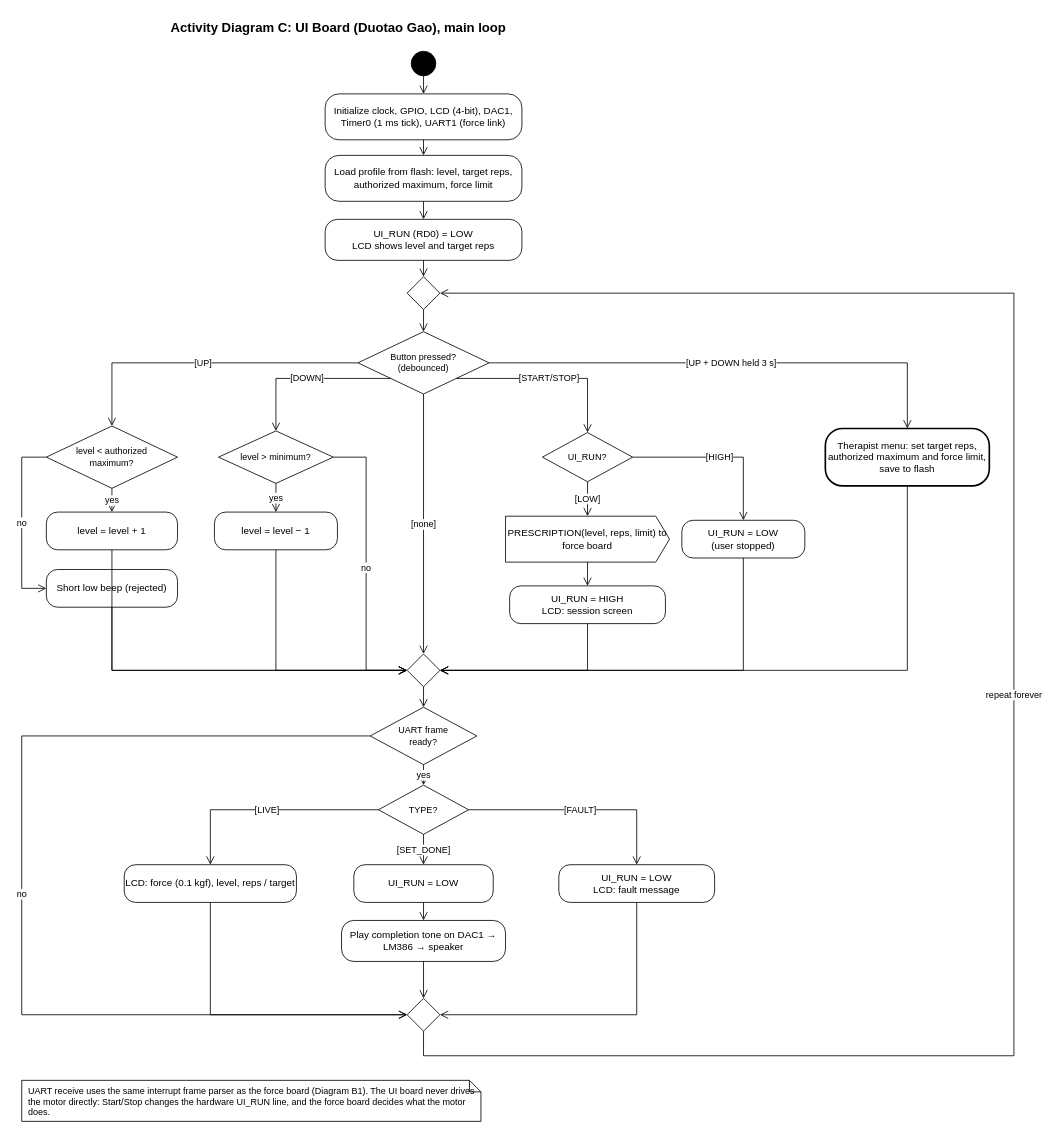
Before: page "UI board" (2 of 4) of docs/image/software/software-proposal.drawio in EGR304-2026-F-103/EGR304-2026-F-103.github.io, a draw.io diagram. Source tidied: cells renumbered, new cells numbered last; positions are measured from the earlier drawing's top-left corner, leaving out a move shared by most shapes. Both pictures are drawn from the tidied source at 82%, with x=0, y=0 at pixel (21, 14).
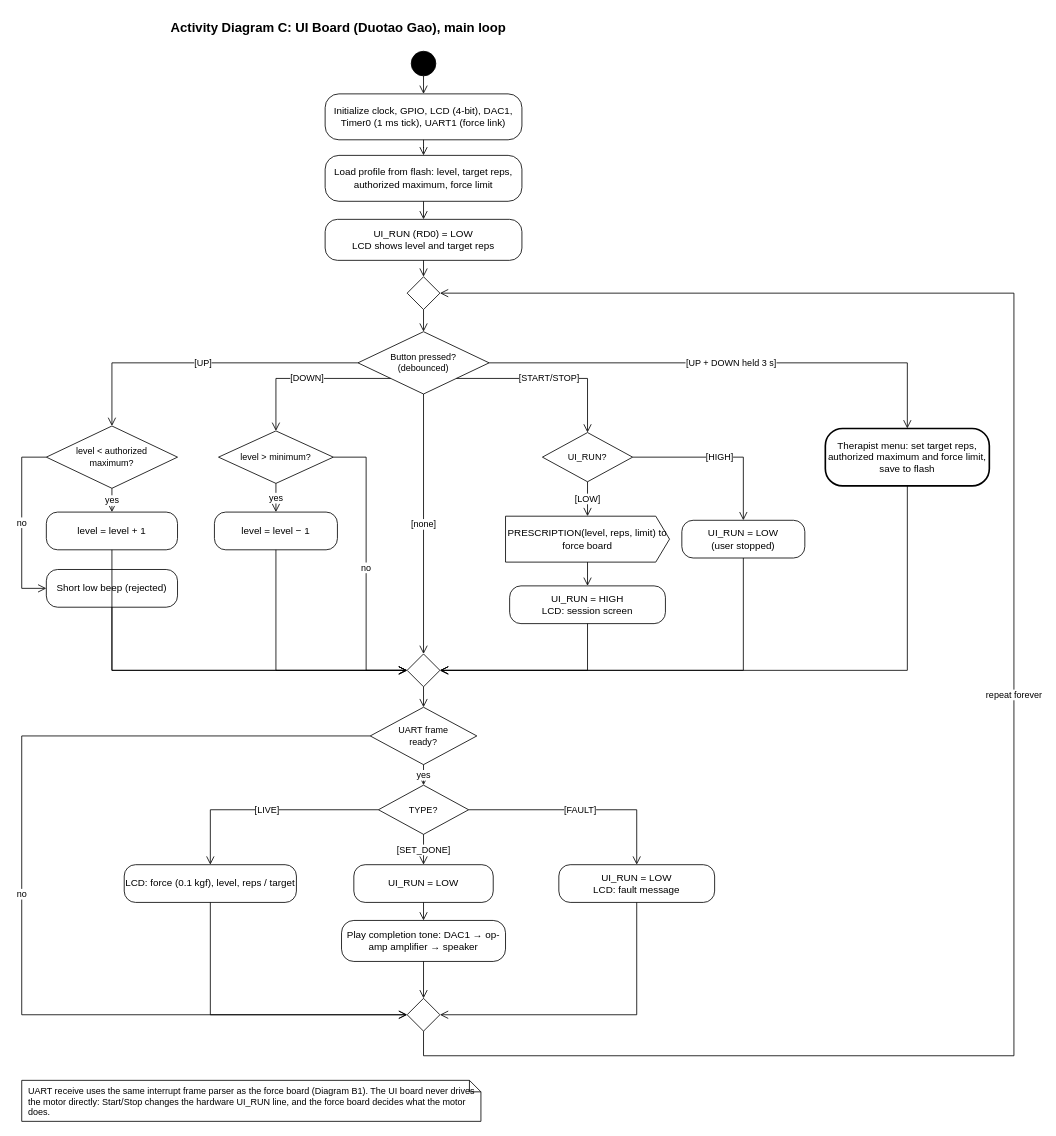
Above is the later version.

Commit message (it also covers changes not shown here):
UI board: remove LM386 per instructor feedback (single MCP6004 amplifier) in team block diagram, Table 1 and software diagram

The edit, as a diff of the source:
```diff
@@
-    <mxCell id="24" value="Play completion tone on DAC1 → LM386 → speaker" style="rounded=1;arcSize=30;whiteSpace=wrap;html=1;fontSize=12;" parent="1" vertex="1">
+    <mxCell id="24" value="Play completion tone: DAC1 → op-amp amplifier → speaker" style="rounded=1;arcSize=30;whiteSpace=wrap;html=1;fontSize=12;" parent="1" vertex="1">
       <mxGeometry x="390" y="1105" width="200" height="50" as="geometry" />
     </mxCell>
```
